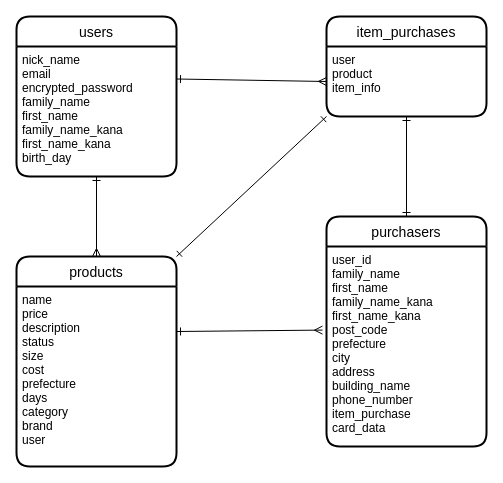
Before: app/furima.dio in shingi-yamamoto/furima-38175, a draw.io diagram. Source tidied: cells renumbered, new cells numbered last; positions are measured from the earlier drawing's top-left corner, leaving out a move shared by most shapes. Both pictures are drawn from the tidied source at 100%, with x=0, y=0 at pixel (16, 16).
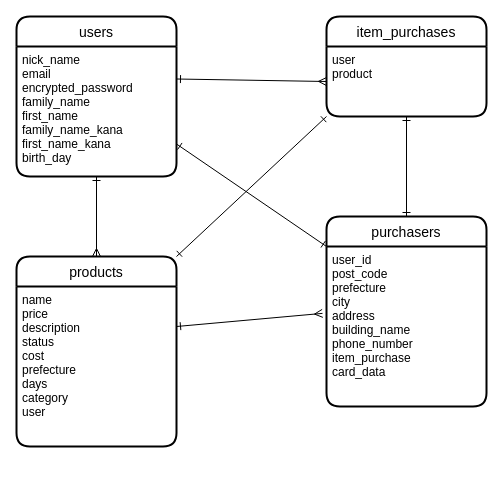
Above is the later version.

Diff of the diagram source:
```diff
@@
 <mxGraphModel>
   <root>
     <mxCell id="0" />
     <mxCell id="1" parent="0" />
     <mxCell id="2" value="users" style="swimlane;horizontal=1;startSize=30;rounded=1;fontSize=14;fontStyle=0;strokeWidth=2;shadow=0;dashed=0;align=center;" parent="1" vertex="1">
       <mxGeometry width="160" height="160" as="geometry" />
     </mxCell>
     <mxCell id="3" value="nick_name&#10;email&#10;encrypted_password&#10;family_name&#10;first_name&#10;family_name_kana&#10;first_name_kana&#10;birth_day" style="align=left;strokeColor=none;fillColor=none;spacingLeft=4;fontSize=12;verticalAlign=top;" parent="2" vertex="1">
       <mxGeometry y="30" width="160" height="130" as="geometry" />
     </mxCell>
     <mxCell id="4" value="item_purchases" style="swimlane;horizontal=1;startSize=30;rounded=1;fontSize=14;fontStyle=0;strokeWidth=2;shadow=0;dashed=0;align=center;" parent="1" vertex="1">
       <mxGeometry x="310" width="160" height="100" as="geometry" />
     </mxCell>
-    <mxCell id="5" value="user&#10;product&#10;item_info&#10;" style="align=left;strokeColor=none;fillColor=none;spacingLeft=4;fontSize=12;verticalAlign=top;" parent="4" vertex="1">
+    <mxCell id="5" value="user&#10;product&#10;" style="align=left;strokeColor=none;fillColor=none;spacingLeft=4;fontSize=12;verticalAlign=top;" parent="4" vertex="1">
       <mxGeometry y="30" width="160" height="70" as="geometry" />
     </mxCell>
     <mxCell id="6" style="edgeStyle=none;html=1;exitX=1;exitY=0.25;exitDx=0;exitDy=0;entryX=0;entryY=0.5;entryDx=0;entryDy=0;endArrow=ERmany;endFill=0;startArrow=ERone;startFill=0;" parent="1" edge="1" source="3" target="5">
       <mxGeometry relative="1" as="geometry" />
     </mxCell>
     <mxCell id="7" value="purchasers" style="swimlane;horizontal=1;startSize=30;rounded=1;fontSize=14;fontStyle=0;strokeWidth=2;shadow=0;dashed=0;align=center;" parent="1" vertex="1">
-      <mxGeometry x="310" y="200" width="160" height="230" as="geometry" />
+      <mxGeometry x="310" y="200" width="160" height="190" as="geometry" />
     </mxCell>
-    <mxCell id="8" value="user_id&#10;family_name&#10;first_name&#10;family_name_kana&#10;first_name_kana&#10;post_code&#10;prefecture&#10;city&#10;address&#10;building_name&#10;phone_number&#10;item_purchase&#10;card_data&#10;" style="align=left;strokeColor=none;fillColor=none;spacingLeft=4;fontSize=12;verticalAlign=top;" parent="7" vertex="1">
-      <mxGeometry y="30" width="160" height="200" as="geometry" />
+    <mxCell id="8" value="user_id&#10;post_code&#10;prefecture&#10;city&#10;address&#10;building_name&#10;phone_number&#10;item_purchase&#10;card_data&#10;" style="align=left;strokeColor=none;fillColor=none;spacingLeft=4;fontSize=12;verticalAlign=top;" parent="7" vertex="1">
+      <mxGeometry y="30" width="160" height="160" as="geometry" />
     </mxCell>
     <mxCell id="9" value="products" style="swimlane;horizontal=1;startSize=30;rounded=1;fontSize=14;fontStyle=0;strokeWidth=2;shadow=0;dashed=0;align=center;" parent="1" vertex="1">
-      <mxGeometry y="240" width="160" height="210" as="geometry" />
+      <mxGeometry y="240" width="160" height="190" as="geometry" />
     </mxCell>
-    <mxCell id="10" value="name&#10;price&#10;description&#10;status&#10;size&#10;cost&#10;prefecture&#10;days&#10;category&#10;brand&#10;user&#10;&#10;&#10;" style="align=left;strokeColor=none;fillColor=none;spacingLeft=4;fontSize=12;verticalAlign=top;" parent="9" vertex="1">
-      <mxGeometry y="30" width="160" height="180" as="geometry" />
+    <mxCell id="10" value="name&#10;price&#10;description&#10;status&#10;cost&#10;prefecture&#10;days&#10;category&#10;user&#10;&#10;&#10;" style="align=left;strokeColor=none;fillColor=none;spacingLeft=4;fontSize=12;verticalAlign=top;" parent="9" vertex="1">
+      <mxGeometry y="30" width="160" height="160" as="geometry" />
     </mxCell>
     <mxCell id="11" style="edgeStyle=none;html=1;exitX=0.5;exitY=1;exitDx=0;exitDy=0;entryX=0.5;entryY=0;entryDx=0;entryDy=0;startArrow=ERone;startFill=0;endArrow=ERmany;endFill=0;" parent="1" edge="1" source="3" target="9">
       <mxGeometry relative="1" as="geometry" />
     </mxCell>
     <mxCell id="12" style="edgeStyle=none;html=1;exitX=0;exitY=1;exitDx=0;exitDy=0;entryX=1;entryY=0;entryDx=0;entryDy=0;startArrow=ERone;startFill=0;endArrow=ERone;endFill=0;" parent="1" edge="1" source="5" target="9">
       <mxGeometry relative="1" as="geometry" />
     </mxCell>
     <mxCell id="13" style="edgeStyle=none;html=1;exitX=0.5;exitY=1;exitDx=0;exitDy=0;entryX=0.5;entryY=0;entryDx=0;entryDy=0;startArrow=ERone;startFill=0;endArrow=ERone;endFill=0;" parent="1" edge="1" source="5" target="7">
       <mxGeometry relative="1" as="geometry" />
     </mxCell>
     <mxCell id="14" style="edgeStyle=none;html=1;exitX=1;exitY=0.25;exitDx=0;exitDy=0;entryX=-0.025;entryY=0.418;entryDx=0;entryDy=0;entryPerimeter=0;startArrow=ERone;startFill=0;endArrow=ERmany;endFill=0;" parent="1" edge="1" source="10" target="8">
       <mxGeometry relative="1" as="geometry" />
     </mxCell>
+    <mxCell id="15" style="edgeStyle=none;html=1;exitX=0;exitY=0;exitDx=0;exitDy=0;entryX=1;entryY=0.75;entryDx=0;entryDy=0;startArrow=ERone;startFill=0;endArrow=ERone;endFill=0;" parent="1" edge="1" source="8" target="3">
+      <mxGeometry relative="1" as="geometry" />
+    </mxCell>
   </root>
 </mxGraphModel>
```
